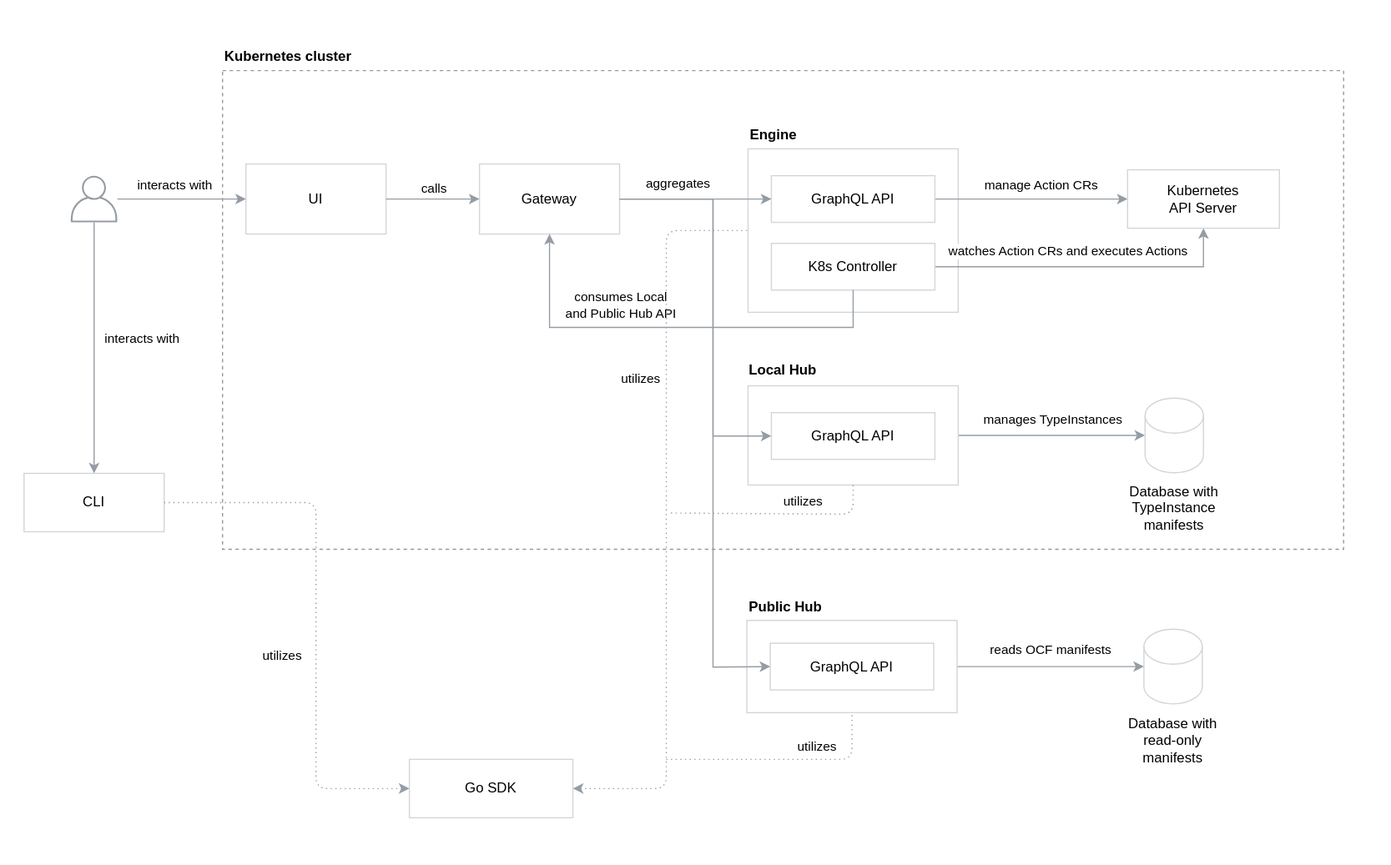
Above: docs/architecture/assets/components.svg in capactio/website (draw.io), before the change. Source tidied: cells renumbered, new cells last; positions are measured from the earlier drawing's top-left corner, leaving out a move shared by most shapes.
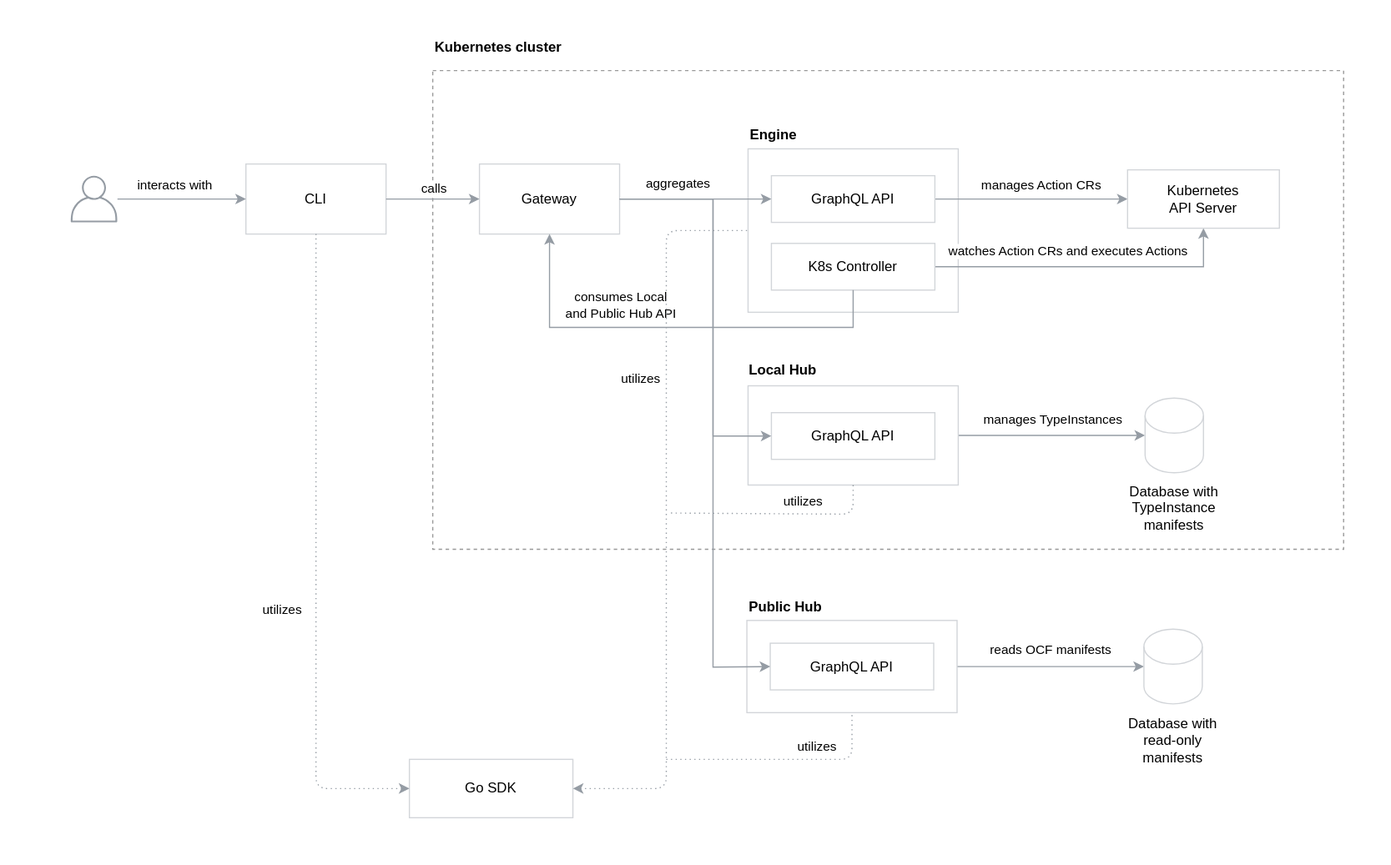
Above is the later version.

Change to the diagram source:
```diff
@@ -6,17 +6,14 @@
       <mxGeometry width="1190" height="740" as="geometry" />
     </mxCell>
     <mxCell id="3" style="rounded=0;whiteSpace=wrap;html=1;dashed=1;fillColor=none;strokeColor=#999999;" parent="1" vertex="1">
-      <mxGeometry x="190" y="60" width="960" height="410" as="geometry" />
+      <mxGeometry x="370" y="60" width="780" height="410" as="geometry" />
     </mxCell>
     <mxCell id="4" value="&lt;b&gt;Engine&lt;/b&gt;" style="text;html=1;strokeColor=none;fillColor=none;align=left;verticalAlign=middle;whiteSpace=wrap;rounded=0;" parent="1" vertex="1">
       <mxGeometry x="640" y="105" width="40" height="20" as="geometry" />
     </mxCell>
-    <mxCell id="5" value="UI" style="rounded=0;whiteSpace=wrap;html=1;strokeColor=#D2D5D9;" parent="1" vertex="1">
+    <mxCell id="5" value="CLI" style="rounded=0;whiteSpace=wrap;html=1;strokeColor=#D2D5D9;" parent="1" vertex="1">
       <mxGeometry x="210" y="140" width="120" height="60" as="geometry" />
     </mxCell>
-    <mxCell id="6" value="CLI" style="rounded=0;whiteSpace=wrap;html=1;strokeColor=#D2D5D9;" parent="1" vertex="1">
-      <mxGeometry x="20" y="405" width="120" height="50" as="geometry" />
-    </mxCell>
     <mxCell id="7" style="rounded=0;whiteSpace=wrap;html=1;strokeColor=#D2D5D9;" parent="1" vertex="1">
       <mxGeometry x="640" y="127" width="180" height="140" as="geometry" />
     </mxCell>
@@ -44,18 +41,10 @@
         <mxPoint x="6" y="-15" as="offset" />
       </mxGeometry>
     </mxCell>
-    <mxCell id="14" style="endArrow=classic;html=1;entryX=0.5;entryY=0;entryDx=0;entryDy=0;rounded=0;strokeColor=#959CA4;" parent="1" edge="1" source="11" target="6">
-      <mxGeometry relative="1" as="geometry" />
-    </mxCell>
-    <mxCell id="15" value="interacts with" style="edgeLabel;html=1;align=center;verticalAlign=middle;" parent="14" vertex="1">
-      <mxGeometry x="-0.04" y="-3" relative="1" as="geometry">
-        <mxPoint x="43" y="-3" as="offset" />
-      </mxGeometry>
-    </mxCell>
     <mxCell id="16" style="edgeStyle=orthogonalEdgeStyle;rounded=0;jettySize=auto;html=1;exitX=1;exitY=0.5;exitDx=0;exitDy=0;entryX=0;entryY=0.5;entryDx=0;entryDy=0;strokeColor=#959CA4;" parent="1" edge="1" source="18" target="37">
       <mxGeometry relative="1" as="geometry" />
     </mxCell>
-    <mxCell id="17" value="manage Action CRs" style="edgeLabel;html=1;align=center;verticalAlign=middle;" parent="16" vertex="1">
+    <mxCell id="17" value="manages Action CRs" style="edgeLabel;html=1;align=center;verticalAlign=middle;" parent="16" vertex="1">
       <mxGeometry x="-0.3" y="-3" relative="1" as="geometry">
         <mxPoint x="32" y="-16" as="offset" />
       </mxGeometry>
@@ -80,7 +69,7 @@
     <mxCell id="23" style="rounded=0;whiteSpace=wrap;html=1;strokeColor=#D2D5D9;" parent="1" vertex="1">
       <mxGeometry x="640" y="330" width="180" height="85" as="geometry" />
     </mxCell>
-    <mxCell id="24" value="&lt;b&gt;Local OCH&lt;/b&gt;" style="text;html=1;strokeColor=none;fillColor=none;align=left;verticalAlign=middle;whiteSpace=wrap;rounded=0;" parent="1" vertex="1">
+    <mxCell id="24" value="&lt;b&gt;Local Hub&lt;/b&gt;" style="text;html=1;strokeColor=none;fillColor=none;align=left;verticalAlign=middle;whiteSpace=wrap;rounded=0;" parent="1" vertex="1">
       <mxGeometry x="639" y="307" width="70" height="20" as="geometry" />
     </mxCell>
     <mxCell id="25" value="GraphQL API" style="rounded=0;whiteSpace=wrap;html=1;strokeColor=#D2D5D9;" parent="1" vertex="1">
@@ -97,7 +86,7 @@
     <mxCell id="28" style="rounded=0;whiteSpace=wrap;html=1;strokeColor=#D2D5D9;" parent="1" vertex="1">
       <mxGeometry x="639" y="531" width="180" height="79" as="geometry" />
     </mxCell>
-    <mxCell id="29" value="&lt;b&gt;Public OCH&lt;/b&gt;" style="text;html=1;strokeColor=none;fillColor=none;align=left;verticalAlign=middle;whiteSpace=wrap;rounded=0;" parent="1" vertex="1">
+    <mxCell id="29" value="&lt;b&gt;Public Hub&lt;/b&gt;" style="text;html=1;strokeColor=none;fillColor=none;align=left;verticalAlign=middle;whiteSpace=wrap;rounded=0;" parent="1" vertex="1">
       <mxGeometry x="639" y="510" width="70" height="20" as="geometry" />
     </mxCell>
     <mxCell id="30" value="GraphQL API" style="rounded=0;whiteSpace=wrap;html=1;strokeColor=#D2D5D9;" parent="1" vertex="1">
@@ -154,7 +143,7 @@
         </Array>
       </mxGeometry>
     </mxCell>
-    <mxCell id="41" value="consumes Local&lt;br&gt;and Public OCH API" style="edgeLabel;html=1;align=center;verticalAlign=middle;" parent="40" vertex="1">
+    <mxCell id="41" value="consumes Local&lt;br&gt;and Public Hub API" style="edgeLabel;html=1;align=center;verticalAlign=middle;" parent="40" vertex="1">
       <mxGeometry x="-0.12" y="-1" relative="1" as="geometry">
         <mxPoint x="-69" y="-19" as="offset" />
       </mxGeometry>
@@ -163,12 +152,12 @@
       <mxGeometry x="965" y="415" width="80" height="40" as="geometry" />
     </mxCell>
     <mxCell id="43" value="&lt;b&gt;Kubernetes cluster&lt;/b&gt;" style="text;html=1;strokeColor=none;fillColor=none;align=left;verticalAlign=middle;whiteSpace=wrap;rounded=0;" parent="1" vertex="1">
-      <mxGeometry x="190" y="38" width="120" height="20" as="geometry" />
+      <mxGeometry x="370" y="30" width="120" height="20" as="geometry" />
     </mxCell>
     <mxCell id="44" value="Go SDK" style="rounded=0;whiteSpace=wrap;html=1;strokeColor=#D2D5D9;" parent="1" vertex="1">
       <mxGeometry x="350" y="650" width="140" height="50" as="geometry" />
     </mxCell>
-    <mxCell id="45" style="endArrow=none;dashed=1;html=1;dashPattern=1 3;strokeWidth=1;exitX=0;exitY=0.5;exitDx=0;exitDy=0;strokeColor=#959CA4;startArrow=classic;startFill=1;entryX=1;entryY=0.5;entryDx=0;entryDy=0;" parent="1" edge="1" source="44" target="6">
+    <mxCell id="45" style="endArrow=none;dashed=1;html=1;dashPattern=1 3;strokeWidth=1;exitX=0;exitY=0.5;exitDx=0;exitDy=0;strokeColor=#959CA4;startArrow=classic;startFill=1;entryX=0.5;entryY=1;entryDx=0;entryDy=0;" parent="1" edge="1" source="44" target="5">
       <mxGeometry relative="1" as="geometry">
         <Array as="points">
           <mxPoint x="270" y="675" />
```
